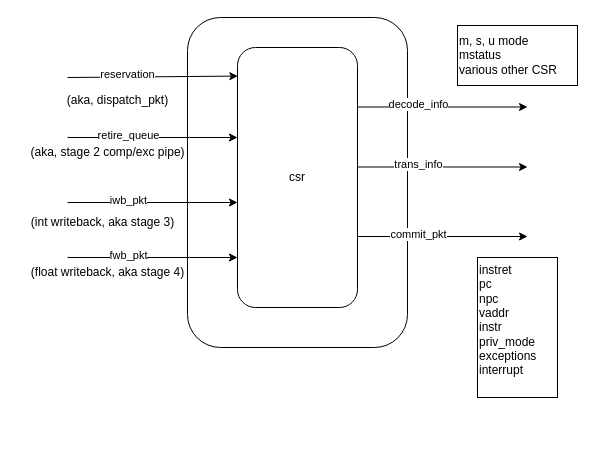
Earlier version of the draw.io diagram page "Pipes - Sys" (5 of 6) of diagrams/black_parrot.drawio (JefferyLim/ec513_final_project). Source tidied: cells renumbered, new cells numbered last; positions are measured from the earlier drawing's top-left corner, leaving out a move shared by most shapes. Both pictures are drawn from the tidied source at 100%, with x=0, y=0 at pixel (17, 17).
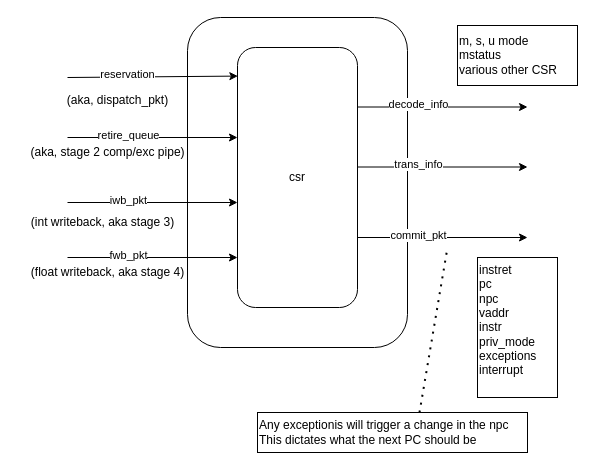
The same page after the edit.

What changed in the source:
```diff
@@
     <mxCell id="21" style="endArrow=classic;html=1;rounded=0;entryX=0.102;entryY=0.152;entryDx=0;entryDy=0;entryPerimeter=0;" parent="1" edge="1">
       <mxGeometry relative="1" as="geometry">
-        <mxPoint x="340" y="219" as="sourcePoint" />
-        <mxPoint x="510" y="219" as="targetPoint" />
+        <mxPoint x="340" y="220" as="sourcePoint" />
+        <mxPoint x="510" y="220" as="targetPoint" />
       </mxGeometry>
     </mxCell>
@@
+    <mxCell id="24" value="Any exceptionis will trigger a change in the npc&lt;div&gt;This dictates what the next PC should be&lt;/div&gt;" style="text;align=left;verticalAlign=middle;points=[];strokeColor=default;fillColor=none;html=1;" parent="1" vertex="1">
+      <mxGeometry x="240" y="395" width="270" height="40" as="geometry" />
+    </mxCell>
+    <mxCell id="25" style="endArrow=none;dashed=1;html=1;dashPattern=1 3;strokeWidth=2;rounded=0;exitX=0.6;exitY=0;exitDx=0;exitDy=0;exitPerimeter=0;" parent="1" edge="1" source="24">
+      <mxGeometry relative="1" as="geometry">
+        <mxPoint x="430" y="230" as="targetPoint" />
+      </mxGeometry>
+    </mxCell>
```
